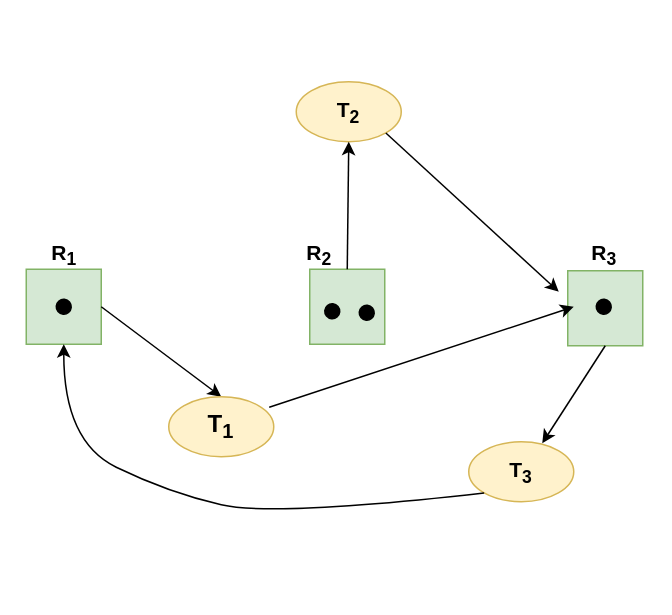
This is RAG2.drawio from huyle84/diagrams, a draw.io file, before an edit. Source tidied: cells renumbered, new cells numbered last; positions are measured from the earlier drawing's top-left corner, leaving out a move shared by most shapes. Both pictures are drawn from the tidied source at 150%, with x=0, y=0 at pixel (26, 81).
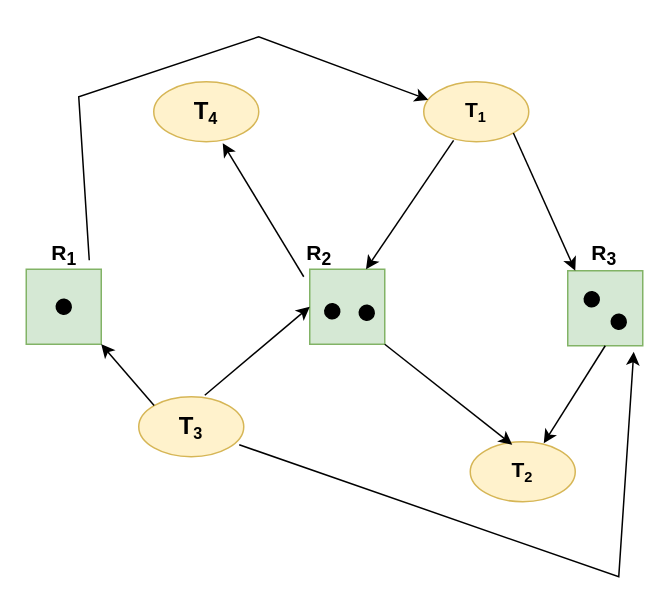
The same page after the edit.

The change refers to these unchanged cells:
```xml
<mxCell id="3" style="whiteSpace=wrap;html=1;fillColor=#d5e8d4;strokeColor=#82b366;" parent="1" vertex="1">
  <mxGeometry x="189" y="125" width="50" height="50" as="geometry" />
</mxCell>
<mxCell id="4" style="whiteSpace=wrap;html=1;fillColor=#d5e8d4;strokeColor=#82b366;" parent="1" vertex="1">
  <mxGeometry y="125" width="50" height="50" as="geometry" />
</mxCell>
<mxCell id="10" value="&lt;font style=&quot;font-size: 14px&quot;&gt;&lt;b&gt;R&lt;sub&gt;1&lt;/sub&gt;&lt;/b&gt;&lt;/font&gt;" style="text;html=1;align=center;verticalAlign=middle;points=[];strokeColor=none;fillColor=none;" parent="1" vertex="1">
  <mxGeometry x="10" y="105" width="30" height="20" as="geometry" />
</mxCell>
<mxCell id="12" value="&lt;font style=&quot;font-size: 14px&quot;&gt;&lt;b&gt;R&lt;sub&gt;3&lt;/sub&gt;&lt;/b&gt;&lt;/font&gt;" style="text;html=1;align=center;verticalAlign=middle;points=[];strokeColor=none;fillColor=none;" parent="1" vertex="1">
  <mxGeometry x="370" y="105" width="30" height="20" as="geometry" />
</mxCell>
```

The edit, as a diff of the source:
```diff
@@
-    <mxCell id="5" value="&lt;font style=&quot;font-size: 14px&quot;&gt;&lt;b&gt;T&lt;sub&gt;3&lt;/sub&gt;&lt;/b&gt;&lt;/font&gt;" style="ellipse;whiteSpace=wrap;html=1;fillColor=#fff2cc;strokeColor=#d6b656;" parent="1" vertex="1">
-      <mxGeometry x="295" y="240" width="70" height="40" as="geometry" />
+    <mxCell id="5" value="&lt;font&gt;&lt;b&gt;&lt;span style=&quot;font-size: 14px&quot;&gt;T&lt;/span&gt;&lt;span style=&quot;font-size: 11.666666030883789px&quot;&gt;&lt;sub&gt;2&lt;/sub&gt;&lt;/span&gt;&lt;/b&gt;&lt;/font&gt;" style="ellipse;whiteSpace=wrap;html=1;fillColor=#fff2cc;strokeColor=#d6b656;" parent="1" vertex="1">
+      <mxGeometry x="296" y="240" width="70" height="40" as="geometry" />
     </mxCell>
-    <mxCell id="6" value="&lt;font style=&quot;font-size: 14px&quot;&gt;&lt;b&gt;T&lt;sub&gt;2&lt;/sub&gt;&lt;/b&gt;&lt;/font&gt;" style="ellipse;whiteSpace=wrap;html=1;fillColor=#fff2cc;strokeColor=#d6b656;" parent="1" vertex="1">
-      <mxGeometry x="180" width="70" height="40" as="geometry" />
+    <mxCell id="6" value="&lt;font&gt;&lt;b&gt;&lt;span style=&quot;font-size: 14px&quot;&gt;T&lt;/span&gt;&lt;span style=&quot;font-size: 11.666666030883789px&quot;&gt;&lt;sub&gt;1&lt;/sub&gt;&lt;/span&gt;&lt;/b&gt;&lt;/font&gt;" style="ellipse;whiteSpace=wrap;html=1;fillColor=#fff2cc;strokeColor=#d6b656;" parent="1" vertex="1">
+      <mxGeometry x="265" width="70" height="40" as="geometry" />
     </mxCell>
@@
     <mxCell id="9" style="ellipse;whiteSpace=wrap;html=1;rotation=5;fillColor=#000000;" parent="1" vertex="1">
-      <mxGeometry x="380" y="145" width="10" height="10" as="geometry" />
+      <mxGeometry x="372" y="140" width="10" height="10" as="geometry" />
     </mxCell>
@@
-    <mxCell id="13" style="endArrow=classic;html=1;rounded=0;fontSize=14;exitX=1;exitY=1;exitDx=0;exitDy=0;" parent="1" edge="1" source="6">
-      <mxGeometry relative="1" as="geometry">
-        <mxPoint x="355" y="140" as="targetPoint" />
-      </mxGeometry>
+    <mxCell id="13" style="endArrow=classic;html=1;rounded=0;fontSize=14;exitX=1;exitY=1;exitDx=0;exitDy=0;entryX=-0.133;entryY=1.05;entryDx=0;entryDy=0;entryPerimeter=0;" parent="1" edge="1" source="6" target="12">
+      <mxGeometry relative="1" as="geometry" />
     </mxCell>
-    <mxCell id="14" style="endArrow=classic;html=1;rounded=0;fontSize=14;startArrow=none;exitX=0.957;exitY=0.175;exitDx=0;exitDy=0;exitPerimeter=0;" parent="1" edge="1" source="18">
+    <mxCell id="14" style="endArrow=classic;html=1;rounded=0;fontSize=14;startArrow=none;exitX=0.957;exitY=0.8;exitDx=0;exitDy=0;exitPerimeter=0;" parent="1" edge="1" source="18">
       <mxGeometry relative="1" as="geometry">
-        <mxPoint x="365" y="150" as="targetPoint" />
+        <mxPoint x="405" y="180" as="targetPoint" />
+        <Array as="points">
+          <mxPoint x="395" y="330" />
+        </Array>
       </mxGeometry>
     </mxCell>
-    <mxCell id="15" style="curved=1;endArrow=classic;html=1;rounded=0;fontSize=14;exitX=0;exitY=1;exitDx=0;exitDy=0;entryX=0.5;entryY=1;entryDx=0;entryDy=0;" parent="1" edge="1" source="5" target="4">
-      <mxGeometry relative="1" as="geometry">
-        <Array as="points">
-          <mxPoint x="165" y="290" />
-          <mxPoint x="95" y="274" />
-          <mxPoint x="25" y="240" />
-        </Array>
-      </mxGeometry>
-    </mxCell>
@@
-    <mxCell id="17" style="endArrow=classic;html=1;rounded=0;fontSize=14;entryX=0.5;entryY=0;entryDx=0;entryDy=0;exitX=1;exitY=0.5;exitDx=0;exitDy=0;" parent="1" edge="1" source="4" target="18">
+    <mxCell id="17" style="endArrow=classic;html=1;rounded=0;fontSize=14;entryX=0;entryY=0.5;entryDx=0;entryDy=0;exitX=0.629;exitY=-0.025;exitDx=0;exitDy=0;exitPerimeter=0;" parent="1" edge="1" source="18" target="3">
       <mxGeometry relative="1" as="geometry" />
     </mxCell>
-    <mxCell id="18" value="&lt;font style=&quot;font-size: 16px&quot;&gt;&lt;b&gt;T&lt;sub&gt;1&lt;/sub&gt;&lt;/b&gt;&lt;/font&gt;" style="ellipse;whiteSpace=wrap;html=1;fillColor=#fff2cc;strokeColor=#d6b656;" parent="1" vertex="1">
-      <mxGeometry x="95" y="210" width="70" height="40" as="geometry" />
+    <mxCell id="18" value="&lt;font&gt;&lt;b&gt;&lt;font size=&quot;3&quot;&gt;T&lt;/font&gt;&lt;font size=&quot;2&quot;&gt;&lt;sub&gt;3&lt;/sub&gt;&lt;/font&gt;&lt;/b&gt;&lt;/font&gt;" style="ellipse;whiteSpace=wrap;html=1;fillColor=#fff2cc;strokeColor=#d6b656;" parent="1" vertex="1">
+      <mxGeometry x="75" y="210" width="70" height="40" as="geometry" />
     </mxCell>
-    <mxCell id="19" style="endArrow=classic;html=1;rounded=0;fontSize=14;entryX=0.5;entryY=1;entryDx=0;entryDy=0;exitX=0.5;exitY=0;exitDx=0;exitDy=0;" parent="1" edge="1" source="3" target="6">
-      <mxGeometry relative="1" as="geometry" />
+    <mxCell id="19" style="endArrow=classic;html=1;rounded=0;fontSize=14;entryX=0.043;entryY=0.3;entryDx=0;entryDy=0;exitX=1.067;exitY=0.7;exitDx=0;exitDy=0;exitPerimeter=0;entryPerimeter=0;" parent="1" edge="1" source="10" target="6">
+      <mxGeometry relative="1" as="geometry">
+        <Array as="points">
+          <mxPoint x="35" y="10" />
+          <mxPoint x="155" y="-30" />
+        </Array>
+      </mxGeometry>
     </mxCell>
@@
+    <mxCell id="21" style="ellipse;whiteSpace=wrap;html=1;rotation=5;fillColor=#000000;" parent="1" vertex="1">
+      <mxGeometry x="390" y="155" width="10" height="10" as="geometry" />
+    </mxCell>
+    <mxCell id="22" value="&lt;font&gt;&lt;b&gt;&lt;font size=&quot;3&quot;&gt;T&lt;/font&gt;&lt;font size=&quot;2&quot;&gt;&lt;sub&gt;4&lt;/sub&gt;&lt;/font&gt;&lt;/b&gt;&lt;/font&gt;" style="ellipse;whiteSpace=wrap;html=1;fillColor=#fff2cc;strokeColor=#d6b656;" parent="1" vertex="1">
+      <mxGeometry x="85" width="70" height="40" as="geometry" />
+    </mxCell>
+    <mxCell id="23" style="endArrow=classic;html=1;rounded=0;fontSize=14;exitX=1;exitY=1;exitDx=0;exitDy=0;entryX=0.75;entryY=0;entryDx=0;entryDy=0;" parent="1" edge="1" target="3">
+      <mxGeometry relative="1" as="geometry">
+        <mxPoint x="284.9" y="39.1" as="sourcePoint" />
+      </mxGeometry>
+    </mxCell>
+    <mxCell id="24" style="endArrow=classic;html=1;rounded=0;entryX=0.657;entryY=1.025;entryDx=0;entryDy=0;entryPerimeter=0;" parent="1" edge="1" target="22">
+      <mxGeometry relative="1" as="geometry">
+        <mxPoint x="185" y="130" as="sourcePoint" />
+      </mxGeometry>
+    </mxCell>
+    <mxCell id="25" style="endArrow=classic;html=1;rounded=0;fontSize=14;entryX=0.4;entryY=0.05;entryDx=0;entryDy=0;entryPerimeter=0;exitX=1;exitY=1;exitDx=0;exitDy=0;" parent="1" edge="1" source="3" target="5">
+      <mxGeometry relative="1" as="geometry" />
+    </mxCell>
+    <mxCell id="26" style="endArrow=classic;html=1;rounded=0;fontSize=14;entryX=1;entryY=1;entryDx=0;entryDy=0;exitX=0;exitY=0;exitDx=0;exitDy=0;" parent="1" edge="1" source="18" target="4">
+      <mxGeometry relative="1" as="geometry" />
+    </mxCell>
```
